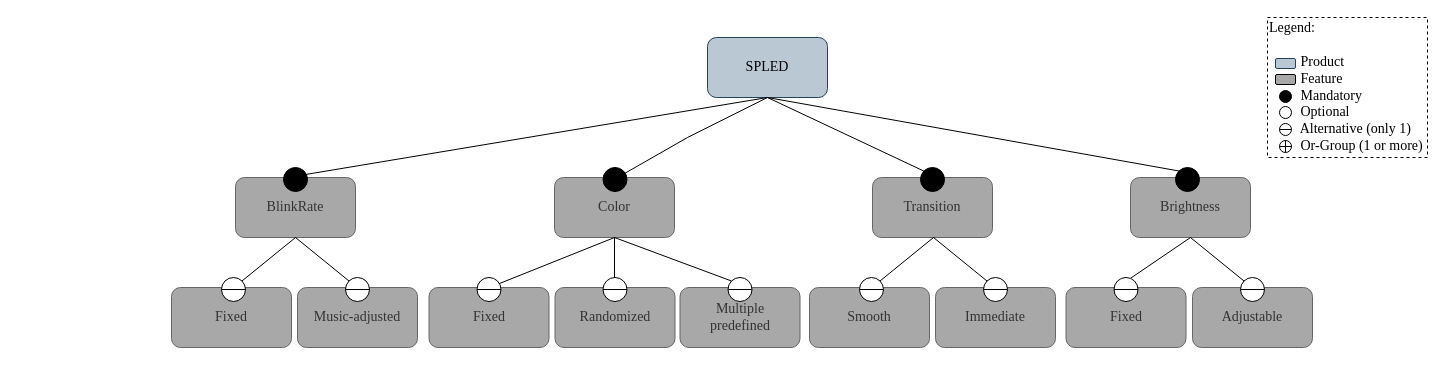
This is page "Feature Model" (1 of 2) of doc/common/sw_architecture/_figures/spled.drawio from avengineers/SPLed, a draw.io file, before an edit. Source tidied: cells renumbered, new cells numbered last; positions are measured from the earlier drawing's top-left corner, leaving out a move shared by most shapes. Both pictures are drawn from the tidied source at 100%, with x=0, y=0 at pixel (171, 17).
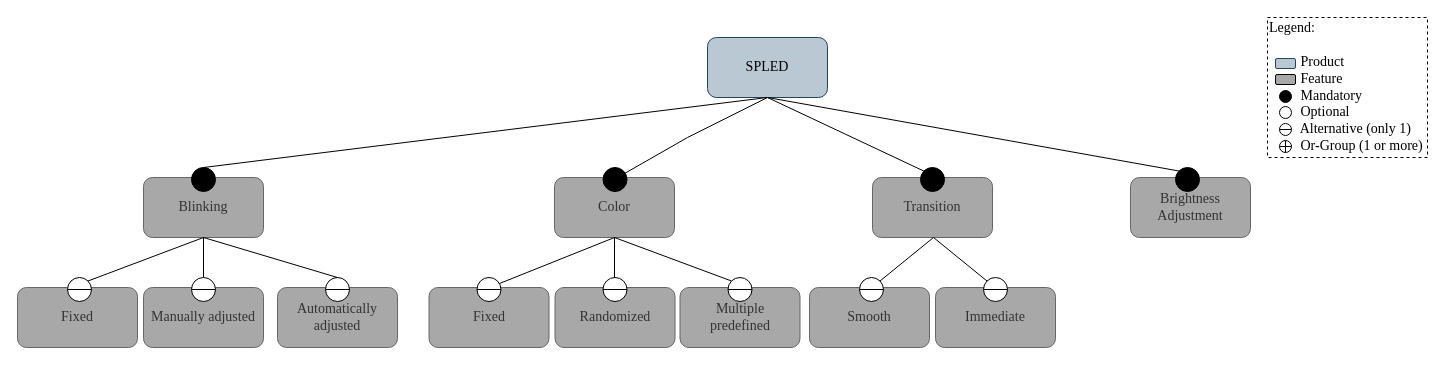
After the change.

Commit message (it also covers changes not shown here):
integrate brightness adjustment

Unchanged cells that the change refers to:
```xml
<mxCell id="2" value="SPLED" style="whiteSpace=wrap;html=1;rounded=1;shadow=0;labelBackgroundColor=none;strokeWidth=1;fontFamily=Times New Roman;fontSize=14;align=center;fillColor=#bac8d3;strokeColor=#23445d;glass=0;" parent="1" vertex="1">
  <mxGeometry x="536" y="20" width="120" height="60" as="geometry" />
</mxCell>
```

Diff of the diagram source:
```diff
@@
-    <mxCell id="3" value="BlinkRate" style="whiteSpace=wrap;html=1;rounded=1;shadow=0;labelBackgroundColor=none;strokeWidth=1;fontFamily=Times New Roman;fontSize=14;align=center;fillColor=#A8A8A8;strokeColor=#666666;fontColor=#333333;" parent="1" vertex="1">
-      <mxGeometry x="64" y="160" width="120" height="60" as="geometry" />
+    <mxCell id="3" value="Blinking" style="whiteSpace=wrap;html=1;rounded=1;shadow=0;labelBackgroundColor=none;strokeWidth=1;fontFamily=Times New Roman;fontSize=14;align=center;fillColor=#A8A8A8;strokeColor=#666666;fontColor=#333333;" parent="1" vertex="1">
+      <mxGeometry x="-28" y="160" width="120" height="60" as="geometry" />
     </mxCell>
     <mxCell id="4" value="Fixed" style="whiteSpace=wrap;html=1;rounded=1;shadow=0;labelBackgroundColor=none;strokeWidth=1;fontFamily=Times New Roman;fontSize=14;align=center;fillColor=#A8A8A8;strokeColor=#666666;fontColor=#333333;" parent="1" vertex="1">
-      <mxGeometry y="270" width="120" height="60" as="geometry" />
+      <mxGeometry x="-154" y="270" width="120" height="60" as="geometry" />
     </mxCell>
-    <mxCell id="5" value="Music-adjusted" style="whiteSpace=wrap;html=1;rounded=1;shadow=0;labelBackgroundColor=none;strokeWidth=1;fontFamily=Times New Roman;fontSize=14;align=center;fillColor=#A8A8A8;strokeColor=#666666;fontColor=#333333;" parent="1" vertex="1">
-      <mxGeometry x="126" y="270" width="120" height="60" as="geometry" />
+    <mxCell id="5" value="Manually adjusted" style="whiteSpace=wrap;html=1;rounded=1;shadow=0;labelBackgroundColor=none;strokeWidth=1;fontFamily=Times New Roman;fontSize=14;align=center;fillColor=#A8A8A8;strokeColor=#666666;fontColor=#333333;" parent="1" vertex="1">
+      <mxGeometry x="-28" y="270" width="120" height="60" as="geometry" />
     </mxCell>
-    <mxCell id="6" style="rounded=0;html=1;labelBackgroundColor=none;startArrow=none;startFill=0;startSize=5;endArrow=none;endFill=0;endSize=5;jettySize=auto;strokeWidth=1;fontFamily=Times New Roman;fontSize=14;shadow=0;exitX=0.5;exitY=1;exitDx=0;exitDy=0;entryX=0;entryY=0;entryDx=0;entryDy=0;" parent="1" edge="1" source="3" target="8">
+    <mxCell id="6" style="rounded=0;html=1;labelBackgroundColor=none;startArrow=none;startFill=0;startSize=5;endArrow=none;endFill=0;endSize=5;jettySize=auto;strokeWidth=1;fontFamily=Times New Roman;fontSize=14;shadow=0;exitX=0.5;exitY=1;exitDx=0;exitDy=0;entryX=0.5;entryY=0;entryDx=0;entryDy=0;" parent="1" edge="1" source="3" target="8">
       <mxGeometry x="-0.35" y="-11" relative="1" as="geometry" />
     </mxCell>
     <mxCell id="7" style="shape=lineEllipse;perimeter=ellipsePerimeter;whiteSpace=wrap;html=1;backgroundOutline=1;fontFamily=Times New Roman;fontSize=14;shadow=0;" parent="1" vertex="1">
-      <mxGeometry x="50" y="260" width="24" height="24" as="geometry" />
+      <mxGeometry x="-104" y="260" width="24" height="24" as="geometry" />
     </mxCell>
     <mxCell id="8" style="shape=lineEllipse;perimeter=ellipsePerimeter;whiteSpace=wrap;html=1;backgroundOutline=1;fontFamily=Times New Roman;fontSize=14;shadow=0;" parent="1" vertex="1">
-      <mxGeometry x="174" y="260" width="24" height="24" as="geometry" />
+      <mxGeometry x="20" y="260" width="24" height="24" as="geometry" />
     </mxCell>
@@
-    <mxCell id="10" style="rounded=0;html=1;labelBackgroundColor=none;startArrow=none;startFill=0;startSize=5;endArrow=none;endFill=0;endSize=5;jettySize=auto;strokeWidth=1;fontFamily=Times New Roman;fontSize=14;exitX=0.5;exitY=1;exitDx=0;exitDy=0;shadow=0;" parent="1" edge="1" source="2">
-      <mxGeometry x="-0.35" y="-11" relative="1" as="geometry">
-        <mxPoint x="116" y="160" as="targetPoint" />
-      </mxGeometry>
+    <mxCell id="10" style="rounded=0;html=1;labelBackgroundColor=none;startArrow=none;startFill=0;startSize=5;endArrow=none;endFill=0;endSize=5;jettySize=auto;strokeWidth=1;fontFamily=Times New Roman;fontSize=14;exitX=0.5;exitY=1;exitDx=0;exitDy=0;shadow=0;entryX=0.5;entryY=0;entryDx=0;entryDy=0;" parent="1" edge="1" source="2" target="41">
+      <mxGeometry x="-0.35" y="-11" relative="1" as="geometry" />
     </mxCell>
@@
-    <mxCell id="14" value="Brightness" style="whiteSpace=wrap;html=1;rounded=1;shadow=0;labelBackgroundColor=none;strokeWidth=1;fontFamily=Times New Roman;fontSize=14;align=center;fillColor=#A8A8A8;strokeColor=#666666;fontColor=#333333;" parent="1" vertex="1">
+    <mxCell id="14" value="Brightness Adjustment" style="whiteSpace=wrap;html=1;rounded=1;shadow=0;labelBackgroundColor=none;strokeWidth=1;fontFamily=Times New Roman;fontSize=14;align=center;fillColor=#A8A8A8;strokeColor=#666666;fontColor=#333333;" parent="1" vertex="1">
       <mxGeometry x="959" y="160" width="120" height="60" as="geometry" />
     </mxCell>
@@
-    <mxCell id="34" value="Fixed" style="whiteSpace=wrap;html=1;rounded=1;shadow=0;labelBackgroundColor=none;strokeWidth=1;fontFamily=Times New Roman;fontSize=14;align=center;fillColor=#A8A8A8;strokeColor=#666666;fontColor=#333333;" parent="1" vertex="1">
-      <mxGeometry x="894.5" y="270" width="120" height="60" as="geometry" />
-    </mxCell>
-    <mxCell id="35" value="Adjustable" style="whiteSpace=wrap;html=1;rounded=1;shadow=0;labelBackgroundColor=none;strokeWidth=1;fontFamily=Times New Roman;fontSize=14;align=center;fillColor=#A8A8A8;strokeColor=#666666;fontColor=#333333;" parent="1" vertex="1">
-      <mxGeometry x="1021" y="270" width="120" height="60" as="geometry" />
-    </mxCell>
-    <mxCell id="36" style="rounded=0;html=1;labelBackgroundColor=none;startArrow=none;startFill=0;startSize=5;endArrow=none;endFill=0;endSize=5;jettySize=auto;strokeWidth=1;fontFamily=Times New Roman;fontSize=14;exitX=0.5;exitY=1;exitDx=0;exitDy=0;entryX=0.5;entryY=0;entryDx=0;entryDy=0;shadow=0;" parent="1" edge="1" target="34">
-      <mxGeometry x="-0.35" y="-11" relative="1" as="geometry">
-        <mxPoint x="954.5" y="284" as="sourcePoint" />
-      </mxGeometry>
-    </mxCell>
-    <mxCell id="37" style="rounded=0;html=1;labelBackgroundColor=none;startArrow=none;startFill=0;startSize=5;endArrow=none;endFill=0;endSize=5;jettySize=auto;strokeWidth=1;fontFamily=Times New Roman;fontSize=14;exitX=0.5;exitY=1;exitDx=0;exitDy=0;shadow=0;entryX=0.69;entryY=0.032;entryDx=0;entryDy=0;entryPerimeter=0;" parent="1" edge="1" target="38">
-      <mxGeometry x="-0.35" y="-11" relative="1" as="geometry">
-        <mxPoint x="1019" y="220" as="sourcePoint" />
-      </mxGeometry>
-    </mxCell>
-    <mxCell id="38" style="shape=lineEllipse;perimeter=ellipsePerimeter;whiteSpace=wrap;html=1;backgroundOutline=1;fontFamily=Times New Roman;fontSize=14;shadow=0;" parent="1" vertex="1">
-      <mxGeometry x="942.5" y="260" width="24" height="24" as="geometry" />
-    </mxCell>
-    <mxCell id="39" style="rounded=0;html=1;labelBackgroundColor=none;startArrow=none;startFill=0;startSize=5;endArrow=none;endFill=0;endSize=5;jettySize=auto;strokeWidth=1;fontFamily=Times New Roman;fontSize=14;exitX=0.5;exitY=1;exitDx=0;exitDy=0;shadow=0;entryX=0;entryY=0;entryDx=0;entryDy=0;" parent="1" edge="1" target="40">
-      <mxGeometry x="-0.35" y="-11" relative="1" as="geometry">
-        <mxPoint x="1019" y="220" as="sourcePoint" />
-      </mxGeometry>
-    </mxCell>
-    <mxCell id="40" style="shape=lineEllipse;perimeter=ellipsePerimeter;whiteSpace=wrap;html=1;backgroundOutline=1;fontFamily=Times New Roman;fontSize=14;shadow=0;" parent="1" vertex="1">
-      <mxGeometry x="1069" y="260" width="24" height="24" as="geometry" />
-    </mxCell>
     <mxCell id="41" style="ellipse;whiteSpace=wrap;html=1;labelBackgroundColor=#000000;fillColor=#000000;fontFamily=Times New Roman;fontSize=14;shadow=0;" parent="1" vertex="1">
-      <mxGeometry x="112" y="150" width="24" height="24" as="geometry" />
+      <mxGeometry x="20" y="150" width="24" height="24" as="geometry" />
     </mxCell>
@@
+    <mxCell id="52" value="Automatically adjusted" style="whiteSpace=wrap;html=1;rounded=1;shadow=0;labelBackgroundColor=none;strokeWidth=1;fontFamily=Times New Roman;fontSize=14;align=center;fillColor=#A8A8A8;strokeColor=#666666;fontColor=#333333;" parent="1" vertex="1">
+      <mxGeometry x="106" y="270" width="120" height="60" as="geometry" />
+    </mxCell>
+    <mxCell id="53" style="shape=lineEllipse;perimeter=ellipsePerimeter;whiteSpace=wrap;html=1;backgroundOutline=1;fontFamily=Times New Roman;fontSize=14;shadow=0;" parent="1" vertex="1">
+      <mxGeometry x="154" y="260" width="24" height="24" as="geometry" />
+    </mxCell>
+    <mxCell id="54" style="rounded=0;html=1;labelBackgroundColor=none;startArrow=none;startFill=0;startSize=5;endArrow=none;endFill=0;endSize=5;jettySize=auto;strokeWidth=1;fontFamily=Times New Roman;fontSize=14;shadow=0;exitX=0.5;exitY=1;exitDx=0;exitDy=0;entryX=0.5;entryY=0;entryDx=0;entryDy=0;" parent="1" edge="1" source="3" target="53">
+      <mxGeometry x="-0.35" y="-11" relative="1" as="geometry" />
+    </mxCell>
```
